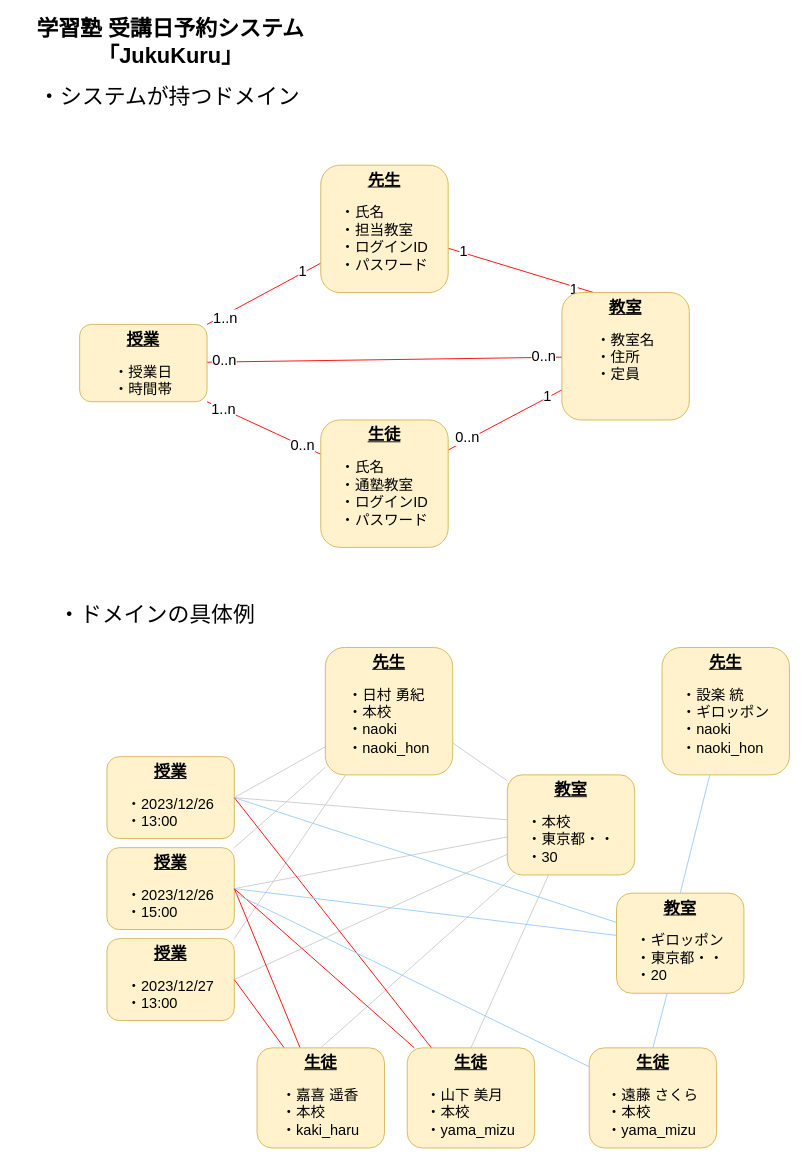
Above: 00_設計/03_基本設計_ドメインモデル.drawio in EijiToriki/JukuKuru_React-Spring (draw.io), before the change. Source tidied: cells renumbered, new cells numbered last; positions are measured from the earlier drawing's top-left corner, leaving out a move shared by most shapes. Both pictures are drawn from the tidied source at 91%, with x=0, y=0 at pixel (15, 28).
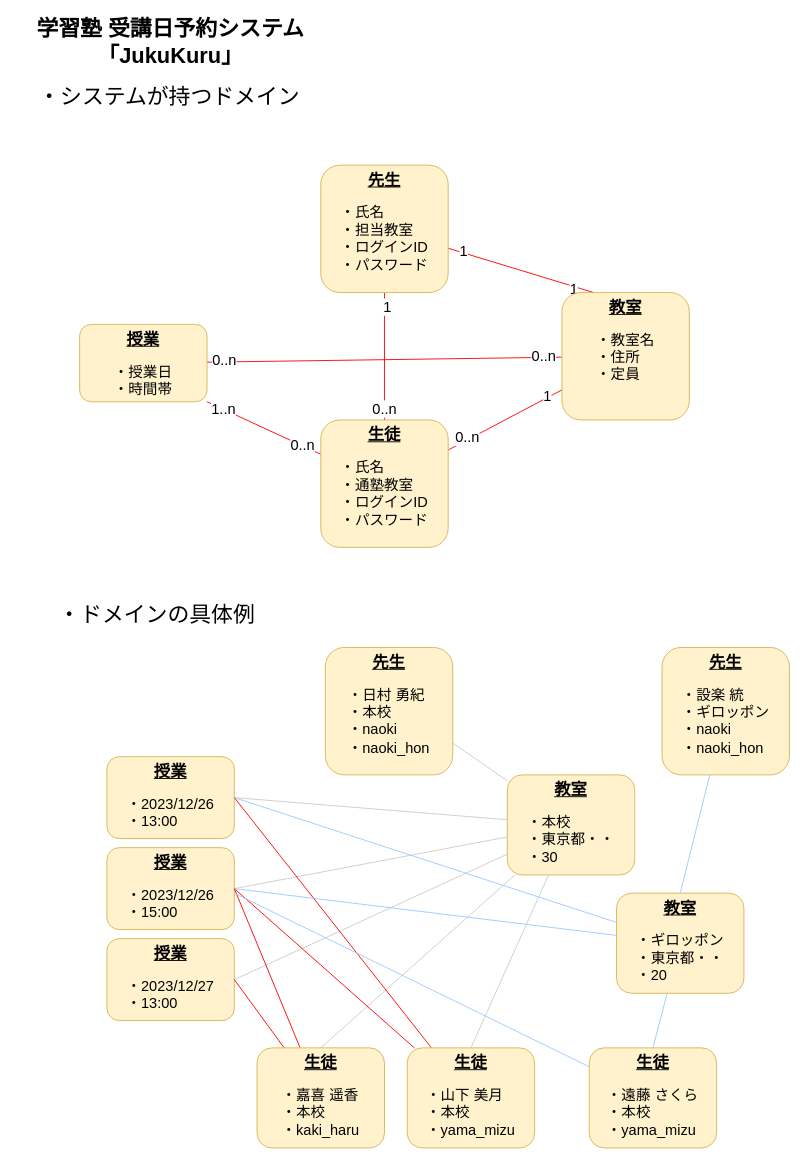
Above is the later version.

Unchanged cells that the change refers to:
```xml
<mxCell id="8" value="&lt;b&gt;&lt;font style=&quot;font-size: 18px;&quot;&gt;&lt;u&gt;先生&lt;/u&gt;&lt;/font&gt;&lt;/b&gt;&lt;br&gt;&lt;br&gt;&lt;div style=&quot;text-align: left;&quot;&gt;&lt;span style=&quot;font-size: 16px; background-color: initial;&quot;&gt;・氏名&lt;/span&gt;&lt;/div&gt;&lt;div style=&quot;text-align: left;&quot;&gt;&lt;span style=&quot;font-size: 16px; background-color: initial;&quot;&gt;・担当教室&lt;/span&gt;&lt;/div&gt;&lt;div style=&quot;text-align: left;&quot;&gt;&lt;span style=&quot;font-size: 16px; background-color: initial;&quot;&gt;・ログインID&lt;/span&gt;&lt;/div&gt;&lt;div style=&quot;text-align: left;&quot;&gt;&lt;span style=&quot;font-size: 16px; background-color: initial;&quot;&gt;・パスワード&lt;/span&gt;&lt;/div&gt;" style="rounded=1;whiteSpace=wrap;html=1;fillColor=#fff2cc;strokeColor=#d6b656;verticalAlign=top;align=center;" parent="1" vertex="1">
  <mxGeometry x="335" y="150" width="140" height="140" as="geometry" />
</mxCell>
<mxCell id="19" value="&lt;b&gt;&lt;font style=&quot;font-size: 18px;&quot;&gt;&lt;u&gt;生徒&lt;/u&gt;&lt;/font&gt;&lt;/b&gt;&lt;br&gt;&lt;br&gt;&lt;div style=&quot;text-align: left;&quot;&gt;&lt;span style=&quot;font-size: 16px; background-color: initial;&quot;&gt;・氏名&lt;/span&gt;&lt;/div&gt;&lt;div style=&quot;text-align: left;&quot;&gt;&lt;span style=&quot;font-size: 16px; background-color: initial;&quot;&gt;・通塾教室&lt;/span&gt;&lt;/div&gt;&lt;div style=&quot;text-align: left;&quot;&gt;&lt;span style=&quot;font-size: 16px; background-color: initial;&quot;&gt;・ログインID&lt;/span&gt;&lt;/div&gt;&lt;div style=&quot;text-align: left;&quot;&gt;&lt;span style=&quot;font-size: 16px; background-color: initial;&quot;&gt;・パスワード&lt;/span&gt;&lt;/div&gt;" style="rounded=1;whiteSpace=wrap;html=1;fillColor=#fff2cc;strokeColor=#d6b656;verticalAlign=top;align=center;" parent="1" vertex="1">
  <mxGeometry x="335" y="430" width="140" height="140" as="geometry" />
</mxCell>
<mxCell id="20" value="&lt;b&gt;&lt;font style=&quot;font-size: 18px;&quot;&gt;&lt;u&gt;授業&lt;/u&gt;&lt;/font&gt;&lt;/b&gt;&lt;br&gt;&lt;br&gt;&lt;div style=&quot;text-align: left;&quot;&gt;&lt;span style=&quot;font-size: 16px; background-color: initial;&quot;&gt;・授業日&lt;/span&gt;&lt;/div&gt;&lt;div style=&quot;text-align: left;&quot;&gt;&lt;span style=&quot;font-size: 16px; background-color: initial;&quot;&gt;・時間帯&lt;/span&gt;&lt;/div&gt;" style="rounded=1;whiteSpace=wrap;html=1;fillColor=#fff2cc;strokeColor=#d6b656;verticalAlign=top;align=center;" parent="1" vertex="1">
  <mxGeometry x="70" y="325" width="140" height="85" as="geometry" />
</mxCell>
<mxCell id="27" value="&lt;b&gt;&lt;font style=&quot;font-size: 18px;&quot;&gt;&lt;u&gt;先生&lt;/u&gt;&lt;/font&gt;&lt;/b&gt;&lt;br&gt;&lt;br&gt;&lt;div style=&quot;text-align: left;&quot;&gt;&lt;span style=&quot;font-size: 16px; background-color: initial;&quot;&gt;・日村 勇紀&lt;/span&gt;&lt;/div&gt;&lt;div style=&quot;text-align: left;&quot;&gt;&lt;span style=&quot;font-size: 16px; background-color: initial;&quot;&gt;・本校&lt;/span&gt;&lt;/div&gt;&lt;div style=&quot;text-align: left;&quot;&gt;&lt;span style=&quot;font-size: 16px; background-color: initial;&quot;&gt;・naoki&lt;/span&gt;&lt;/div&gt;&lt;div style=&quot;text-align: left;&quot;&gt;&lt;span style=&quot;font-size: 16px; background-color: initial;&quot;&gt;・naoki_hon&lt;/span&gt;&lt;/div&gt;" style="rounded=1;whiteSpace=wrap;html=1;fillColor=#fff2cc;strokeColor=#d6b656;verticalAlign=top;align=center;" parent="1" vertex="1">
  <mxGeometry x="340" y="680" width="140" height="140" as="geometry" />
</mxCell>
<mxCell id="28" value="&lt;b&gt;&lt;font style=&quot;font-size: 18px;&quot;&gt;&lt;u&gt;授業&lt;/u&gt;&lt;/font&gt;&lt;/b&gt;&lt;br&gt;&lt;br&gt;&lt;div style=&quot;text-align: left;&quot;&gt;&lt;span style=&quot;font-size: 16px; background-color: initial;&quot;&gt;・2023/12/26&lt;/span&gt;&lt;/div&gt;&lt;div style=&quot;text-align: left;&quot;&gt;&lt;span style=&quot;font-size: 16px; background-color: initial;&quot;&gt;・13:00&lt;/span&gt;&lt;/div&gt;" style="rounded=1;whiteSpace=wrap;html=1;fillColor=#fff2cc;strokeColor=#d6b656;verticalAlign=top;align=center;" parent="1" vertex="1">
  <mxGeometry x="100" y="800" width="140" height="90" as="geometry" />
</mxCell>
<mxCell id="29" value="&lt;b&gt;&lt;font style=&quot;font-size: 18px;&quot;&gt;&lt;u&gt;授業&lt;/u&gt;&lt;/font&gt;&lt;/b&gt;&lt;br&gt;&lt;br&gt;&lt;div style=&quot;text-align: left;&quot;&gt;&lt;span style=&quot;font-size: 16px; background-color: initial;&quot;&gt;・2023/12/26&lt;/span&gt;&lt;/div&gt;&lt;div style=&quot;text-align: left;&quot;&gt;&lt;span style=&quot;font-size: 16px;&quot;&gt;・15:00&lt;/span&gt;&lt;/div&gt;" style="rounded=1;whiteSpace=wrap;html=1;fillColor=#fff2cc;strokeColor=#d6b656;verticalAlign=top;align=center;" parent="1" vertex="1">
  <mxGeometry x="100" y="900" width="140" height="90" as="geometry" />
</mxCell>
<mxCell id="30" value="&lt;b&gt;&lt;font style=&quot;font-size: 18px;&quot;&gt;&lt;u&gt;授業&lt;/u&gt;&lt;/font&gt;&lt;/b&gt;&lt;br&gt;&lt;br&gt;&lt;div style=&quot;text-align: left;&quot;&gt;&lt;span style=&quot;font-size: 16px; background-color: initial;&quot;&gt;・2023/12/27&lt;/span&gt;&lt;/div&gt;&lt;div style=&quot;text-align: left;&quot;&gt;&lt;span style=&quot;font-size: 16px;&quot;&gt;・13:00&lt;/span&gt;&lt;/div&gt;" style="rounded=1;whiteSpace=wrap;html=1;fillColor=#fff2cc;strokeColor=#d6b656;verticalAlign=top;align=center;" parent="1" vertex="1">
  <mxGeometry x="100" y="1000" width="140" height="90" as="geometry" />
</mxCell>
```

Diff of the diagram source:
```diff
@@
-    <mxCell id="2" style="edgeStyle=none;html=1;entryX=1;entryY=0;entryDx=0;entryDy=0;strokeColor=#FF0000;fontSize=16;endArrow=none;endFill=0;" parent="1" edge="1" source="8" target="20">
-      <mxGeometry relative="1" as="geometry" />
-    </mxCell>
-    <mxCell id="3" value="1" style="edgeLabel;html=1;align=center;verticalAlign=middle;fontSize=16;" parent="2" vertex="1">
-      <mxGeometry x="-0.67" y="-3" relative="1" as="geometry">
-        <mxPoint x="1" as="offset" />
-      </mxGeometry>
-    </mxCell>
-    <mxCell id="4" value="1..n" style="edgeLabel;html=1;align=center;verticalAlign=middle;fontSize=16;" parent="2" vertex="1">
-      <mxGeometry x="0.72" y="3" relative="1" as="geometry">
-        <mxPoint y="-1" as="offset" />
-      </mxGeometry>
-    </mxCell>
@@
+    <mxCell id="52" style="edgeStyle=none;html=1;entryX=0.5;entryY=0;entryDx=0;entryDy=0;endArrow=none;endFill=0;strokeColor=#FF0000;" parent="1" edge="1" source="8" target="19">
+      <mxGeometry relative="1" as="geometry" />
+    </mxCell>
+    <mxCell id="3" value="&lt;font style=&quot;font-size: 16px;&quot;&gt;1&lt;/font&gt;" style="edgeLabel;html=1;align=center;verticalAlign=middle;" parent="52" vertex="1">
+      <mxGeometry x="-0.79" y="2" relative="1" as="geometry" />
+    </mxCell>
+    <mxCell id="53" value="&lt;font style=&quot;font-size: 16px;&quot;&gt;0..n&lt;/font&gt;" style="edgeLabel;html=1;align=center;verticalAlign=middle;" parent="52" vertex="1">
+      <mxGeometry x="0.81" y="-1" relative="1" as="geometry" />
+    </mxCell>
@@
-    <mxCell id="24" style="edgeStyle=none;html=1;entryX=1;entryY=0.5;entryDx=0;entryDy=0;strokeColor=#CCCCCC;fontSize=16;endArrow=none;endFill=0;" parent="1" edge="1" source="27" target="28">
-      <mxGeometry relative="1" as="geometry" />
-    </mxCell>
-    <mxCell id="25" style="edgeStyle=none;html=1;entryX=1;entryY=0;entryDx=0;entryDy=0;strokeColor=#CCCCCC;fontSize=16;endArrow=none;endFill=0;" parent="1" edge="1" source="27" target="29">
-      <mxGeometry relative="1" as="geometry" />
-    </mxCell>
-    <mxCell id="26" style="edgeStyle=none;html=1;entryX=1;entryY=0;entryDx=0;entryDy=0;strokeColor=#CCCCCC;fontSize=16;endArrow=none;endFill=0;" parent="1" edge="1" source="27" target="30">
-      <mxGeometry relative="1" as="geometry" />
-    </mxCell>
```
